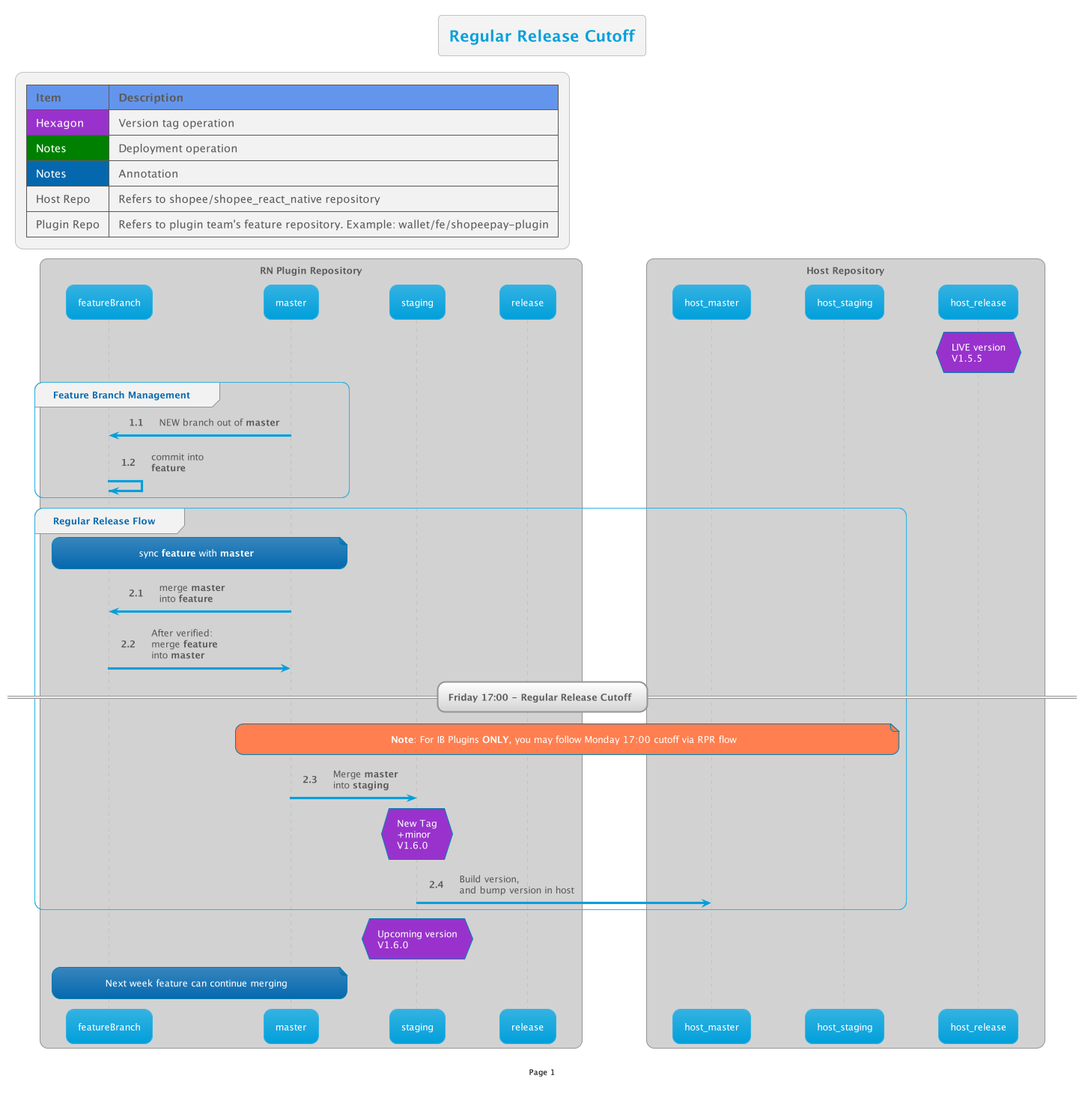
The PlantUML diagram out/RNReview/CodeMergeFlow/1/1.png in thetomitomo/diagrams, before a commit.
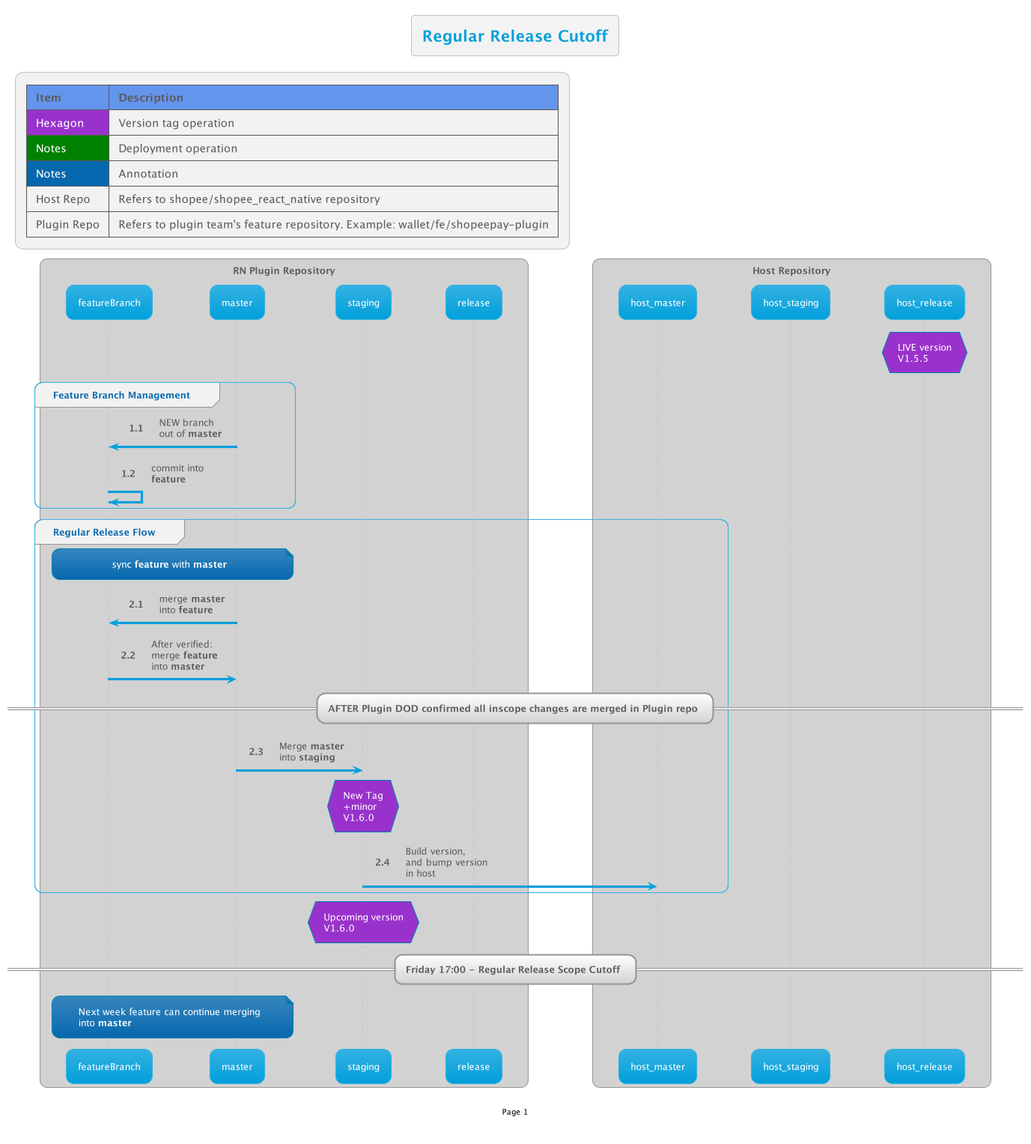
The same file after the commit.

Commit message:
code merge flow update

Diff of the diagram source:
```diff
@@ -8,7 +8,7 @@
 hnote over host_release #DarkOrchid:LIVE version\nV1.5.5
 
 group Feature Branch Management
-    master -> FB: NEW branch out of <b>master</b>
+    master -> FB: NEW branch\nout of <b>master</b>
     FB -> FB: commit into\n<b>feature</b>
 end
 
@@ -19,16 +19,17 @@
 
     FB -> master: After verified:\nmerge <b>feature</b>\ninto <b>master</b>
 
-    == Friday 17:00 - Regular Release Cutoff ==
-    note over master, host_staging #Coral: **Note**: For IB Plugins **ONLY**, you may follow Monday 17:00 cutoff via RPR flow
+    == AFTER Plugin DOD confirmed all inscope changes are merged in Plugin repo ==
+
     master -> staging: Merge <b>master</b>\ninto <b>staging</b>
 
     hnote over staging #DarkOrchid:New Tag\n+minor\nV1.6.0
-    staging -> host_master: Build version,\nand bump version in host
+    staging -> host_master: Build version,\nand bump version\nin host
 end
 
 hnote over staging #DarkOrchid: Upcoming version\nV1.6.0
 
-note over FB,master:Next week feature can continue merging
+    == Friday 17:00 - Regular Release Scope Cutoff ==
+note over FB,master:Next week feature can continue merging\ninto <b>master</b>
 
 @enduml
```
